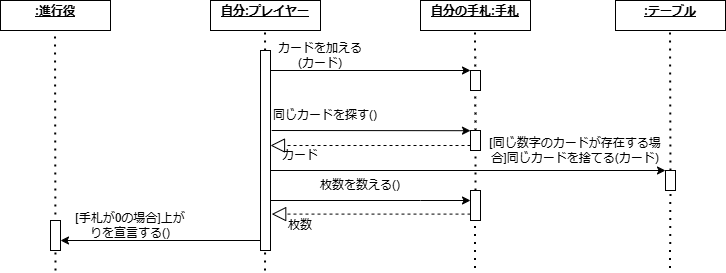
This is work6-6.drawio.png from kenboasakura/why_java, a draw.io export, as it was before one commit. Source tidied: cells renumbered, new cells last; positions are measured from the earlier drawing's top-left corner, leaving out a move shared by most shapes.
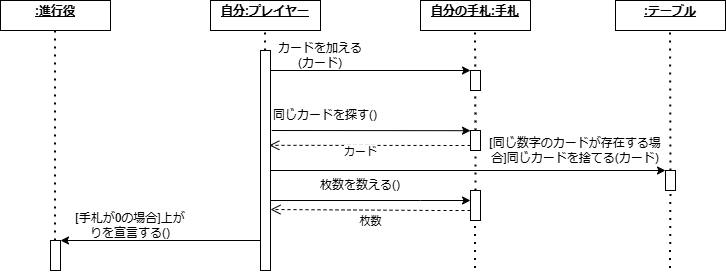
After the commit.

What changed in the source:
```diff
@@ -8,9 +8,8 @@
         <mxPoint x="475" y="27.5" as="targetPoint" />
       </mxGeometry>
     </mxCell>
-    <mxCell id="3" style="endArrow=none;dashed=1;html=1;dashPattern=1 3;strokeWidth=2;rounded=0;" parent="1" edge="1">
+    <mxCell id="3" style="endArrow=none;dashed=1;html=1;dashPattern=1 3;strokeWidth=2;rounded=0;" parent="1" edge="1" source="35">
       <mxGeometry relative="1" as="geometry">
-        <mxPoint x="55" y="270" as="sourcePoint" />
         <mxPoint x="54.5" y="30" as="targetPoint" />
       </mxGeometry>
     </mxCell>
@@ -52,7 +51,7 @@
       </mxGeometry>
     </mxCell>
     <mxCell id="11" style="rounded=0;whiteSpace=wrap;html=1;" parent="1" vertex="1">
-      <mxGeometry x="260" y="50" width="10" height="200" as="geometry" />
+      <mxGeometry x="260" y="50" width="10" height="220" as="geometry" />
     </mxCell>
     <mxCell id="12" style="endArrow=classic;html=1;rounded=0;" parent="1" edge="1" source="35">
       <mxGeometry relative="1" as="geometry">
@@ -86,11 +85,6 @@
     <mxCell id="20" value="枚数を数える()" style="text;html=1;align=center;verticalAlign=middle;whiteSpace=wrap;rounded=0;" parent="1" vertex="1">
       <mxGeometry x="270" y="170" width="180" height="30" as="geometry" />
     </mxCell>
-    <mxCell id="21" style="endArrow=block;dashed=1;endFill=0;endSize=12;html=1;rounded=0;entryX=1;entryY=0.5;entryDx=0;entryDy=0;exitX=0;exitY=0.75;exitDx=0;exitDy=0;exitPerimeter=0;" parent="1" edge="1" source="18">
-      <mxGeometry relative="1" as="geometry">
-        <mxPoint x="270" y="145" as="targetPoint" />
-      </mxGeometry>
-    </mxCell>
     <mxCell id="22" style="endArrow=none;dashed=1;html=1;dashPattern=1 3;strokeWidth=2;rounded=0;" parent="1" edge="1" target="23">
       <mxGeometry relative="1" as="geometry">
         <mxPoint x="474.5" y="267.5" as="sourcePoint" />
@@ -99,9 +93,6 @@
     <mxCell id="23" style="html=1;points=[[0,0,0,0,5],[0,1,0,0,-5],[1,0,0,0,5],[1,1,0,0,-5]];perimeter=orthogonalPerimeter;outlineConnect=0;targetShapes=umlLifeline;portConstraint=eastwest;newEdgeStyle={&quot;curved&quot;:0,&quot;rounded&quot;:0};" parent="1" vertex="1">
       <mxGeometry x="470" y="190" width="10" height="30" as="geometry" />
     </mxCell>
-    <mxCell id="24" style="endArrow=block;dashed=1;endFill=0;endSize=12;html=1;rounded=0;entryX=1.12;entryY=0.818;entryDx=0;entryDy=0;entryPerimeter=0;" parent="1" edge="1" source="23" target="11">
-      <mxGeometry relative="1" as="geometry" />
-    </mxCell>
     <mxCell id="25" style="edgeStyle=orthogonalEdgeStyle;rounded=0;orthogonalLoop=1;jettySize=auto;html=1;exitX=0;exitY=1;exitDx=0;exitDy=0;entryX=0;entryY=0.5;entryDx=0;entryDy=0;" parent="1" edge="1">
       <mxGeometry relative="1" as="geometry">
         <mxPoint x="270" y="180" as="sourcePoint" />
@@ -111,12 +102,6 @@
         </Array>
       </mxGeometry>
     </mxCell>
-    <mxCell id="26" value="カード" style="text;html=1;align=center;verticalAlign=middle;whiteSpace=wrap;rounded=0;" parent="1" vertex="1">
-      <mxGeometry x="270" y="140" width="60" height="30" as="geometry" />
-    </mxCell>
-    <mxCell id="27" value="枚数" style="text;html=1;align=center;verticalAlign=middle;whiteSpace=wrap;rounded=0;" parent="1" vertex="1">
-      <mxGeometry x="270" y="210" width="60" height="30" as="geometry" />
-    </mxCell>
     <mxCell id="28" style="endArrow=none;dashed=1;html=1;dashPattern=1 3;strokeWidth=2;rounded=0;" parent="1" edge="1" target="29">
       <mxGeometry relative="1" as="geometry">
         <mxPoint x="669.5" y="267.5" as="sourcePoint" />
@@ -142,8 +127,25 @@
         <mxPoint x="260" y="240" as="sourcePoint" />
       </mxGeometry>
     </mxCell>
+    <mxCell id="36" style="endArrow=none;dashed=1;html=1;dashPattern=1 3;strokeWidth=2;rounded=0;" parent="1" edge="1" target="35">
+      <mxGeometry relative="1" as="geometry">
+        <mxPoint x="55" y="270" as="sourcePoint" />
+      </mxGeometry>
+    </mxCell>
     <mxCell id="35" style="html=1;points=[[0,0,0,0,5],[0,1,0,0,-5],[1,0,0,0,5],[1,1,0,0,-5]];perimeter=orthogonalPerimeter;outlineConnect=0;targetShapes=umlLifeline;portConstraint=eastwest;newEdgeStyle={&quot;curved&quot;:0,&quot;rounded&quot;:0};" parent="1" vertex="1">
-      <mxGeometry x="50" y="220" width="10" height="30" as="geometry" />
+      <mxGeometry x="50" y="240" width="10" height="30" as="geometry" />
     </mxCell>
+    <mxCell id="26" value="カード" style="html=1;verticalAlign=bottom;endArrow=open;dashed=1;endSize=8;curved=0;rounded=0;exitX=0;exitY=0.75;exitDx=0;exitDy=0;entryX=0.88;entryY=0.431;entryDx=0;entryDy=0;entryPerimeter=0;" parent="1" edge="1" source="18" target="11">
+      <mxGeometry x="0.09" y="15" relative="1" as="geometry" />
+    </mxCell>
+    <mxCell id="27" value="枚数" style="html=1;verticalAlign=bottom;endArrow=open;dashed=1;endSize=8;curved=0;rounded=0;" parent="1" edge="1">
+      <mxGeometry y="20" relative="1" as="geometry">
+        <mxPoint x="470" y="210" as="sourcePoint" />
+        <mxPoint x="270" y="209" as="targetPoint" />
+        <Array as="points">
+          <mxPoint x="440" y="210" />
+        </Array>
+      </mxGeometry>
+    </mxCell>
   </root>
 </mxGraphModel>
```
